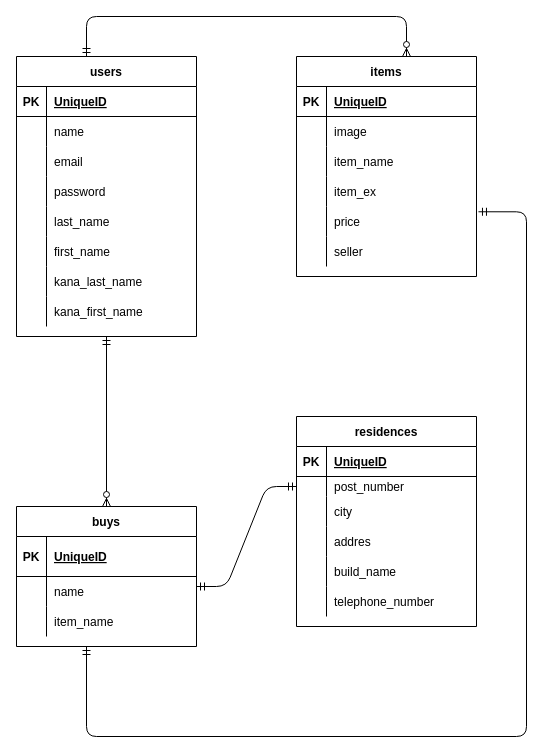
This is furima.dio from koukimaedomari/furima-31978, a draw.io file, before an edit. Source tidied: cells renumbered, new cells numbered last; positions are measured from the earlier drawing's top-left corner, leaving out a move shared by most shapes. Both pictures are drawn from the tidied source at 100%, with x=0, y=0 at pixel (16, 16).
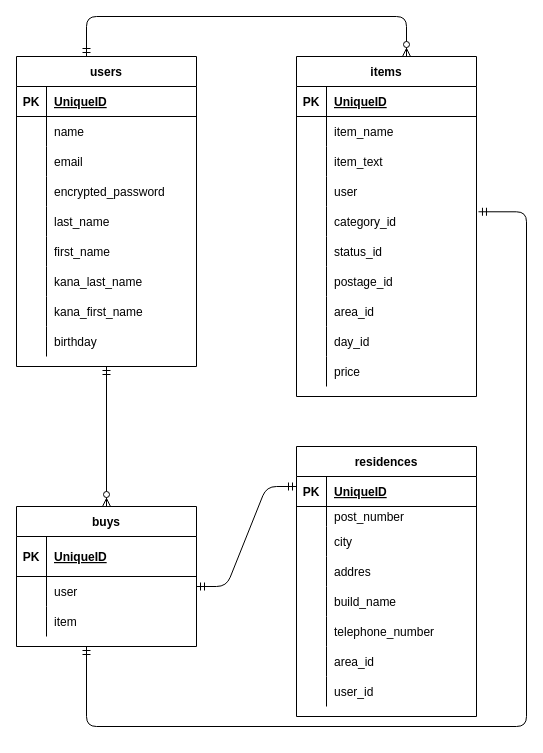
The same diagram, later.

Commit message:
追加の修正

The change refers to these unchanged cells:
```xml
<mxCell id="12" style="shape=partialRectangle;fillColor=none;top=0;left=0;bottom=0;right=0;" parent="2" vertex="1">
  <mxGeometry y="120" width="180" height="30" as="geometry" />
</mxCell>
<mxCell id="31" style="shape=partialRectangle;fillColor=none;top=0;left=0;bottom=0;right=0;" parent="27" vertex="1">
  <mxGeometry y="60" width="180" height="30" as="geometry" />
</mxCell>
<mxCell id="34" style="shape=partialRectangle;fillColor=none;top=0;left=0;bottom=0;right=0;" parent="27" vertex="1">
  <mxGeometry y="90" width="180" height="30" as="geometry" />
</mxCell>
<mxCell id="37" style="shape=partialRectangle;fillColor=none;top=0;left=0;bottom=0;right=0;" parent="27" vertex="1">
  <mxGeometry y="120" width="180" height="30" as="geometry" />
</mxCell>
<mxCell id="40" style="shape=partialRectangle;fillColor=none;top=0;left=0;bottom=0;right=0;points=[[0,0.5],[1,0.5]];portConstraint=eastwest;" parent="27" vertex="1">
  <mxGeometry y="150" width="180" height="30" as="geometry" />
</mxCell>
<mxCell id="43" style="shape=partialRectangle;fillColor=none;top=0;left=0;bottom=0;right=0;" parent="27" vertex="1">
  <mxGeometry y="180" width="180" height="30" as="geometry" />
</mxCell>
<mxCell id="50" style="shape=partialRectangle;fillColor=none;top=0;left=0;bottom=0;right=0;" parent="46" vertex="1">
  <mxGeometry y="70" width="180" height="30" as="geometry" />
</mxCell>
<mxCell id="53" style="shape=partialRectangle;fillColor=none;top=0;left=0;bottom=0;right=0;" parent="46" vertex="1">
  <mxGeometry y="100" width="180" height="30" as="geometry" />
</mxCell>
```

Change to the diagram source:
```diff
@@
     <mxCell id="2" value="users" style="shape=table;startSize=30;childLayout=tableLayout;rowLines=0;fontStyle=1;align=center;" parent="1" vertex="1">
-      <mxGeometry y="40" width="180" height="280" as="geometry" />
+      <mxGeometry y="40" width="180" height="310" as="geometry" />
     </mxCell>
@@
-    <mxCell id="14" value="password" style="shape=partialRectangle;fillColor=none;top=0;left=0;bottom=0;right=0;align=left;spacingLeft=6;overflow=hidden;" parent="12" vertex="1">
+    <mxCell id="14" value="encrypted_password" style="shape=partialRectangle;fillColor=none;top=0;left=0;bottom=0;right=0;align=left;spacingLeft=6;overflow=hidden;" parent="12" vertex="1">
       <mxGeometry x="30" width="150" height="30" as="geometry" />
     </mxCell>
@@
+    <mxCell id="79" style="shape=partialRectangle;fillColor=none;top=0;left=0;bottom=0;right=0;" parent="2" vertex="1">
+      <mxGeometry y="270" width="180" height="30" as="geometry" />
+    </mxCell>
+    <mxCell id="80" style="shape=partialRectangle;fillColor=none;top=0;left=0;bottom=0;right=0;overflow=hidden;" parent="79" vertex="1">
+      <mxGeometry width="30" height="30" as="geometry" />
+    </mxCell>
+    <mxCell id="81" value="birthday" style="shape=partialRectangle;fillColor=none;top=0;left=0;bottom=0;right=0;align=left;spacingLeft=6;overflow=hidden;" parent="79" vertex="1">
+      <mxGeometry x="30" width="150" height="30" as="geometry" />
+    </mxCell>
     <mxCell id="27" value="items" style="shape=table;startSize=30;childLayout=tableLayout;rowLines=0;fontStyle=1;align=center;" parent="1" vertex="1">
-      <mxGeometry x="280" y="40" width="180" height="220" as="geometry" />
+      <mxGeometry x="280" y="40" width="180" height="340" as="geometry" />
     </mxCell>
@@
-    <mxCell id="33" value="image" style="shape=partialRectangle;fillColor=none;top=0;left=0;bottom=0;right=0;align=left;spacingLeft=6;overflow=hidden;" parent="31" vertex="1">
+    <mxCell id="33" value="item_name" style="shape=partialRectangle;fillColor=none;top=0;left=0;bottom=0;right=0;align=left;spacingLeft=6;overflow=hidden;" parent="31" vertex="1">
       <mxGeometry x="30" width="150" height="30" as="geometry" />
     </mxCell>
@@
-    <mxCell id="36" value="item_name" style="shape=partialRectangle;fillColor=none;top=0;left=0;bottom=0;right=0;align=left;spacingLeft=6;overflow=hidden;" parent="34" vertex="1">
+    <mxCell id="36" value="item_text" style="shape=partialRectangle;fillColor=none;top=0;left=0;bottom=0;right=0;align=left;spacingLeft=6;overflow=hidden;" parent="34" vertex="1">
       <mxGeometry x="30" width="150" height="30" as="geometry" />
     </mxCell>
@@
-    <mxCell id="39" value="item_ex" style="shape=partialRectangle;fillColor=none;top=0;left=0;bottom=0;right=0;align=left;spacingLeft=6;overflow=hidden;" parent="37" vertex="1">
+    <mxCell id="39" value="user" style="shape=partialRectangle;fillColor=none;top=0;left=0;bottom=0;right=0;align=left;spacingLeft=6;overflow=hidden;" parent="37" vertex="1">
       <mxGeometry x="30" width="150" height="30" as="geometry" />
     </mxCell>
@@
-    <mxCell id="42" value="price" style="shape=partialRectangle;fillColor=none;top=0;left=0;bottom=0;right=0;align=left;spacingLeft=6;overflow=hidden;" parent="40" vertex="1">
+    <mxCell id="42" value="category_id" style="shape=partialRectangle;fillColor=none;top=0;left=0;bottom=0;right=0;align=left;spacingLeft=6;overflow=hidden;" parent="40" vertex="1">
       <mxGeometry x="30" width="150" height="30" as="geometry" />
     </mxCell>
@@
-    <mxCell id="45" value="seller" style="shape=partialRectangle;fillColor=none;top=0;left=0;bottom=0;right=0;align=left;spacingLeft=6;overflow=hidden;" parent="43" vertex="1">
+    <mxCell id="45" value="status_id" style="shape=partialRectangle;fillColor=none;top=0;left=0;bottom=0;right=0;align=left;spacingLeft=6;overflow=hidden;" parent="43" vertex="1">
       <mxGeometry x="30" width="150" height="30" as="geometry" />
     </mxCell>
+    <mxCell id="82" style="shape=partialRectangle;fillColor=none;top=0;left=0;bottom=0;right=0;" parent="27" vertex="1">
+      <mxGeometry y="210" width="180" height="30" as="geometry" />
+    </mxCell>
+    <mxCell id="83" style="shape=partialRectangle;fillColor=none;top=0;left=0;bottom=0;right=0;overflow=hidden;" parent="82" vertex="1">
+      <mxGeometry width="30" height="30" as="geometry" />
+    </mxCell>
+    <mxCell id="84" value="postage_id" style="shape=partialRectangle;fillColor=none;top=0;left=0;bottom=0;right=0;align=left;spacingLeft=6;overflow=hidden;" parent="82" vertex="1">
+      <mxGeometry x="30" width="150" height="30" as="geometry" />
+    </mxCell>
+    <mxCell id="85" style="shape=partialRectangle;fillColor=none;top=0;left=0;bottom=0;right=0;" parent="27" vertex="1">
+      <mxGeometry y="240" width="180" height="30" as="geometry" />
+    </mxCell>
+    <mxCell id="86" style="shape=partialRectangle;fillColor=none;top=0;left=0;bottom=0;right=0;overflow=hidden;" parent="85" vertex="1">
+      <mxGeometry width="30" height="30" as="geometry" />
+    </mxCell>
+    <mxCell id="87" value="area_id" style="shape=partialRectangle;fillColor=none;top=0;left=0;bottom=0;right=0;align=left;spacingLeft=6;overflow=hidden;" parent="85" vertex="1">
+      <mxGeometry x="30" width="150" height="30" as="geometry" />
+    </mxCell>
+    <mxCell id="88" style="shape=partialRectangle;fillColor=none;top=0;left=0;bottom=0;right=0;" parent="27" vertex="1">
+      <mxGeometry y="270" width="180" height="30" as="geometry" />
+    </mxCell>
+    <mxCell id="89" style="shape=partialRectangle;fillColor=none;top=0;left=0;bottom=0;right=0;overflow=hidden;" parent="88" vertex="1">
+      <mxGeometry width="30" height="30" as="geometry" />
+    </mxCell>
+    <mxCell id="90" value="day_id" style="shape=partialRectangle;fillColor=none;top=0;left=0;bottom=0;right=0;align=left;spacingLeft=6;overflow=hidden;" parent="88" vertex="1">
+      <mxGeometry x="30" width="150" height="30" as="geometry" />
+    </mxCell>
+    <mxCell id="91" style="shape=partialRectangle;fillColor=none;top=0;left=0;bottom=0;right=0;" parent="27" vertex="1">
+      <mxGeometry y="300" width="180" height="30" as="geometry" />
+    </mxCell>
+    <mxCell id="92" style="shape=partialRectangle;fillColor=none;top=0;left=0;bottom=0;right=0;overflow=hidden;" parent="91" vertex="1">
+      <mxGeometry width="30" height="30" as="geometry" />
+    </mxCell>
+    <mxCell id="93" value="price" style="shape=partialRectangle;fillColor=none;top=0;left=0;bottom=0;right=0;align=left;spacingLeft=6;overflow=hidden;" parent="91" vertex="1">
+      <mxGeometry x="30" width="150" height="30" as="geometry" />
+    </mxCell>
@@
-    <mxCell id="52" value="name" style="shape=partialRectangle;fillColor=none;top=0;left=0;bottom=0;right=0;align=left;spacingLeft=6;overflow=hidden;" parent="50" vertex="1">
+    <mxCell id="52" value="user" style="shape=partialRectangle;fillColor=none;top=0;left=0;bottom=0;right=0;align=left;spacingLeft=6;overflow=hidden;" parent="50" vertex="1">
       <mxGeometry x="30" width="150" height="30" as="geometry" />
     </mxCell>
@@
-    <mxCell id="55" value="item_name" style="shape=partialRectangle;fillColor=none;top=0;left=0;bottom=0;right=0;align=left;spacingLeft=6;overflow=hidden;" parent="53" vertex="1">
+    <mxCell id="55" value="item" style="shape=partialRectangle;fillColor=none;top=0;left=0;bottom=0;right=0;align=left;spacingLeft=6;overflow=hidden;" parent="53" vertex="1">
       <mxGeometry x="30" width="150" height="30" as="geometry" />
     </mxCell>
     <mxCell id="56" value="residences" style="shape=table;startSize=30;childLayout=tableLayout;rowLines=0;fontStyle=1;align=center;" parent="1" vertex="1">
-      <mxGeometry x="280" y="400" width="180" height="210" as="geometry" />
+      <mxGeometry x="280" y="430" width="180" height="270" as="geometry" />
     </mxCell>
@@
+    <mxCell id="94" style="shape=partialRectangle;fillColor=none;top=0;left=0;bottom=0;right=0;" parent="56" vertex="1">
+      <mxGeometry y="200" width="180" height="30" as="geometry" />
+    </mxCell>
+    <mxCell id="95" style="shape=partialRectangle;fillColor=none;top=0;left=0;bottom=0;right=0;overflow=hidden;" parent="94" vertex="1">
+      <mxGeometry width="30" height="30" as="geometry" />
+    </mxCell>
+    <mxCell id="96" value="area_id" style="shape=partialRectangle;fillColor=none;top=0;left=0;bottom=0;right=0;align=left;spacingLeft=6;overflow=hidden;" parent="94" vertex="1">
+      <mxGeometry x="30" width="150" height="30" as="geometry" />
+    </mxCell>
+    <mxCell id="97" style="shape=partialRectangle;fillColor=none;top=0;left=0;bottom=0;right=0;" parent="56" vertex="1">
+      <mxGeometry y="230" width="180" height="30" as="geometry" />
+    </mxCell>
+    <mxCell id="98" style="shape=partialRectangle;fillColor=none;top=0;left=0;bottom=0;right=0;overflow=hidden;" parent="97" vertex="1">
+      <mxGeometry width="30" height="30" as="geometry" />
+    </mxCell>
+    <mxCell id="99" value="user_id" style="shape=partialRectangle;fillColor=none;top=0;left=0;bottom=0;right=0;align=left;spacingLeft=6;overflow=hidden;" parent="97" vertex="1">
+      <mxGeometry x="30" width="150" height="30" as="geometry" />
+    </mxCell>
@@
     <mxCell id="77" style="edgeStyle=orthogonalEdgeStyle;fontSize=12;html=1;endArrow=ERmandOne;startArrow=ERmandOne;entryX=1.011;entryY=0.176;entryDx=0;entryDy=0;entryPerimeter=0;" parent="1" edge="1" target="40">
       <mxGeometry relative="1" as="geometry">
         <mxPoint x="70" y="630" as="sourcePoint" />
         <Array as="points">
-          <mxPoint x="70" y="720" />
-          <mxPoint x="510" y="720" />
+          <mxPoint x="70" y="710" />
+          <mxPoint x="510" y="710" />
           <mxPoint x="510" y="195" />
         </Array>
       </mxGeometry>
     </mxCell>
```
